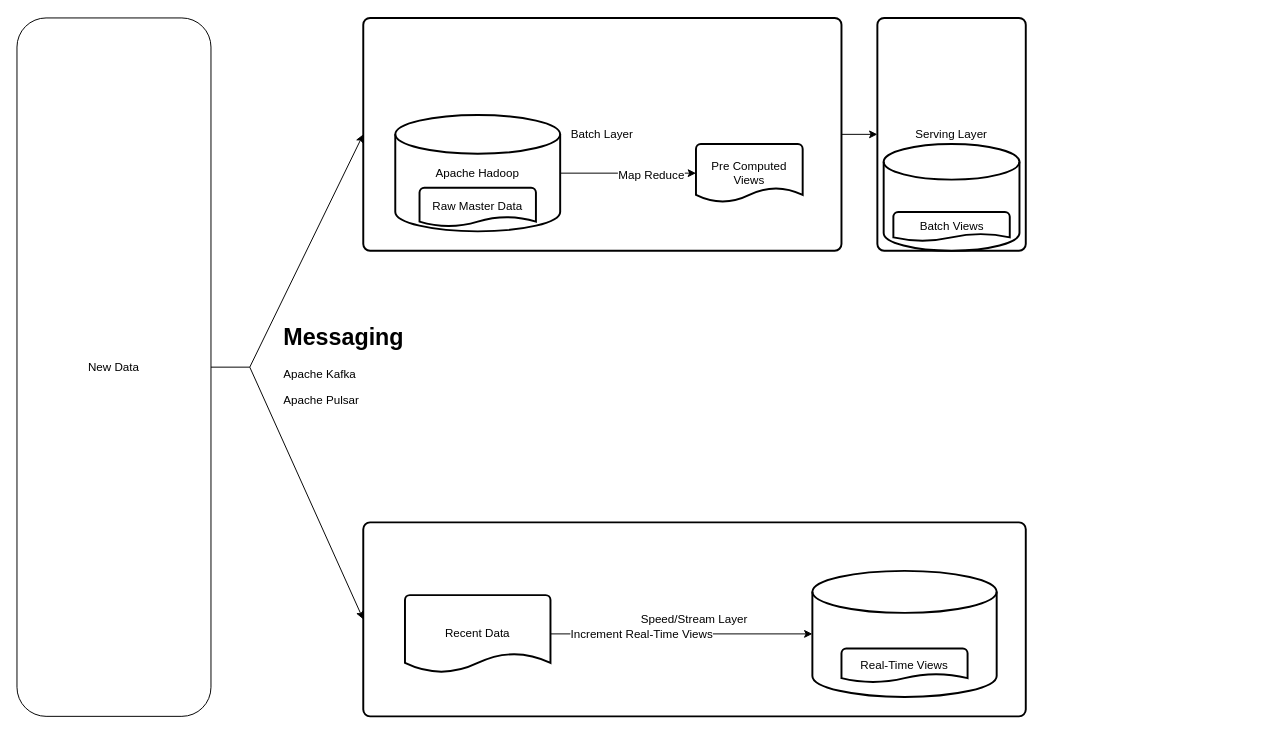
Above: images/xml/LamdaA.drawio in Akardian/lambda-architecture-for-distributed-mobile-sensor (draw.io), before the change. Source tidied: cells renumbered, new cells numbered last; positions are measured from the earlier drawing's top-left corner, leaving out a move shared by most shapes. Both pictures are drawn from the tidied source at 97%, with x=0, y=0 at pixel (16, 17).
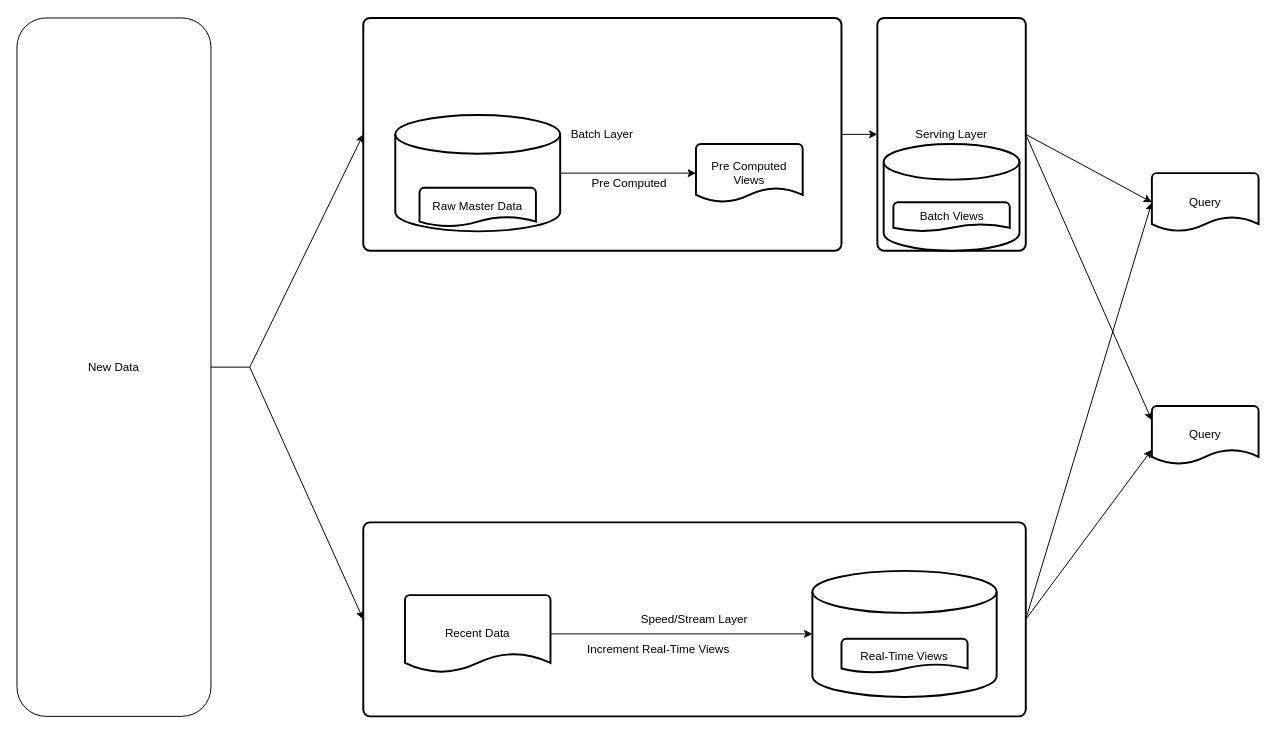
Above is the later version.

The change refers to these unchanged cells:
```xml
<mxCell id="4" value="Speed/Stream Layer" style="rounded=1;whiteSpace=wrap;html=1;absoluteArcSize=1;arcSize=14;strokeWidth=2;" parent="1" vertex="1">
  <mxGeometry x="357" y="520" width="683" height="200" as="geometry" />
</mxCell>
<mxCell id="10" style="endArrow=classic;html=1;entryX=0;entryY=0.5;entryDx=0;entryDy=0;entryPerimeter=0;" parent="1" edge="1" source="5" target="12">
  <mxGeometry relative="1" as="geometry" />
</mxCell>
<mxCell id="13" value="Serving Layer" style="rounded=1;whiteSpace=wrap;html=1;absoluteArcSize=1;arcSize=14;strokeWidth=2;" parent="1" vertex="1">
  <mxGeometry x="887" width="153" height="240" as="geometry" />
</mxCell>
<mxCell id="20" style="endArrow=classic;html=1;exitX=1;exitY=0.5;exitDx=0;exitDy=0;exitPerimeter=0;entryX=0;entryY=0.5;entryDx=0;entryDy=0;entryPerimeter=0;" parent="1" edge="1" source="18" target="19">
  <mxGeometry relative="1" as="geometry" />
</mxCell>
```

Diff of the diagram source:
```diff
@@
-    <mxCell id="5" value="Apache Hadoop" style="strokeWidth=2;html=1;shape=mxgraph.flowchart.database;whiteSpace=wrap;" parent="1" vertex="1">
+    <mxCell id="5" style="strokeWidth=2;html=1;shape=mxgraph.flowchart.database;whiteSpace=wrap;" parent="1" vertex="1">
       <mxGeometry x="390" y="100" width="170" height="120" as="geometry" />
     </mxCell>
@@
-    <mxCell id="9" value="&lt;h1&gt;Messaging &lt;br&gt;&lt;/h1&gt;&lt;p&gt;Apache Kafka&lt;/p&gt;&lt;p&gt;Apache Pulsar&lt;br&gt;&lt;/p&gt;" style="text;html=1;strokeColor=none;fillColor=none;spacing=5;spacingTop=-20;whiteSpace=wrap;overflow=hidden;rounded=0;" parent="1" vertex="1">
-      <mxGeometry x="270" y="310" width="190" height="120" as="geometry" />
-    </mxCell>
@@
-    <mxCell id="11" value="Map Reduce" style="text;html=1;align=center;verticalAlign=middle;labelBackgroundColor=#ffffff;" parent="10" vertex="1">
-      <mxGeometry x="0.33" y="-2" relative="1" as="geometry" />
+    <mxCell id="11" value="&lt;div&gt;Pre Computed &lt;br&gt;&lt;/div&gt;" style="text;html=1;align=center;verticalAlign=middle;labelBackgroundColor=#ffffff;" parent="10" vertex="1">
+      <mxGeometry x="0.33" y="-2" relative="1" as="geometry">
+        <mxPoint x="-22.9" y="8" as="offset" />
+      </mxGeometry>
     </mxCell>
@@
     <mxCell id="15" value="Batch Views" style="strokeWidth=2;html=1;shape=mxgraph.flowchart.document2;whiteSpace=wrap;size=0.25;" parent="1" vertex="1">
-      <mxGeometry x="903.5" y="200" width="120" height="30" as="geometry" />
+      <mxGeometry x="903.5" y="190" width="120" height="30" as="geometry" />
     </mxCell>
@@
     <mxCell id="21" value="Increment Real-Time Views" style="text;html=1;align=center;verticalAlign=middle;labelBackgroundColor=#ffffff;" parent="20" vertex="1">
-      <mxGeometry x="-0.31" relative="1" as="geometry" />
+      <mxGeometry x="-0.31" relative="1" as="geometry">
+        <mxPoint x="17.1" y="15" as="offset" />
+      </mxGeometry>
     </mxCell>
     <mxCell id="22" value="Real-Time Views" style="strokeWidth=2;html=1;shape=mxgraph.flowchart.document2;whiteSpace=wrap;size=0.25;" parent="1" vertex="1">
-      <mxGeometry x="850" y="650" width="130" height="35" as="geometry" />
+      <mxGeometry x="850" y="640" width="130" height="35" as="geometry" />
     </mxCell>
+    <mxCell id="23" style="endArrow=classic;html=1;exitX=1;exitY=0.5;exitDx=0;exitDy=0;entryX=0;entryY=0.5;entryDx=0;entryDy=0;entryPerimeter=0;" parent="1" edge="1" source="13" target="25">
+      <mxGeometry relative="1" as="geometry" />
+    </mxCell>
+    <mxCell id="24" style="endArrow=classic;html=1;exitX=1;exitY=0.5;exitDx=0;exitDy=0;entryX=0;entryY=0.5;entryDx=0;entryDy=0;entryPerimeter=0;" parent="1" edge="1" source="4" target="25">
+      <mxGeometry relative="1" as="geometry" />
+    </mxCell>
+    <mxCell id="25" value="Query" style="strokeWidth=2;html=1;shape=mxgraph.flowchart.document2;whiteSpace=wrap;size=0.25;" parent="1" vertex="1">
+      <mxGeometry x="1170" y="160" width="110" height="60" as="geometry" />
+    </mxCell>
+    <mxCell id="26" value="Query" style="strokeWidth=2;html=1;shape=mxgraph.flowchart.document2;whiteSpace=wrap;size=0.25;" parent="1" vertex="1">
+      <mxGeometry x="1170" y="400" width="110" height="60" as="geometry" />
+    </mxCell>
+    <mxCell id="27" style="endArrow=classic;html=1;exitX=1;exitY=0.5;exitDx=0;exitDy=0;entryX=0;entryY=0.25;entryDx=0;entryDy=0;entryPerimeter=0;" parent="1" edge="1" source="13" target="26">
+      <mxGeometry relative="1" as="geometry" />
+    </mxCell>
+    <mxCell id="28" style="endArrow=classic;html=1;exitX=1;exitY=0.5;exitDx=0;exitDy=0;entryX=0;entryY=0.75;entryDx=0;entryDy=0;entryPerimeter=0;" parent="1" edge="1" source="4" target="26">
+      <mxGeometry relative="1" as="geometry" />
+    </mxCell>
```
